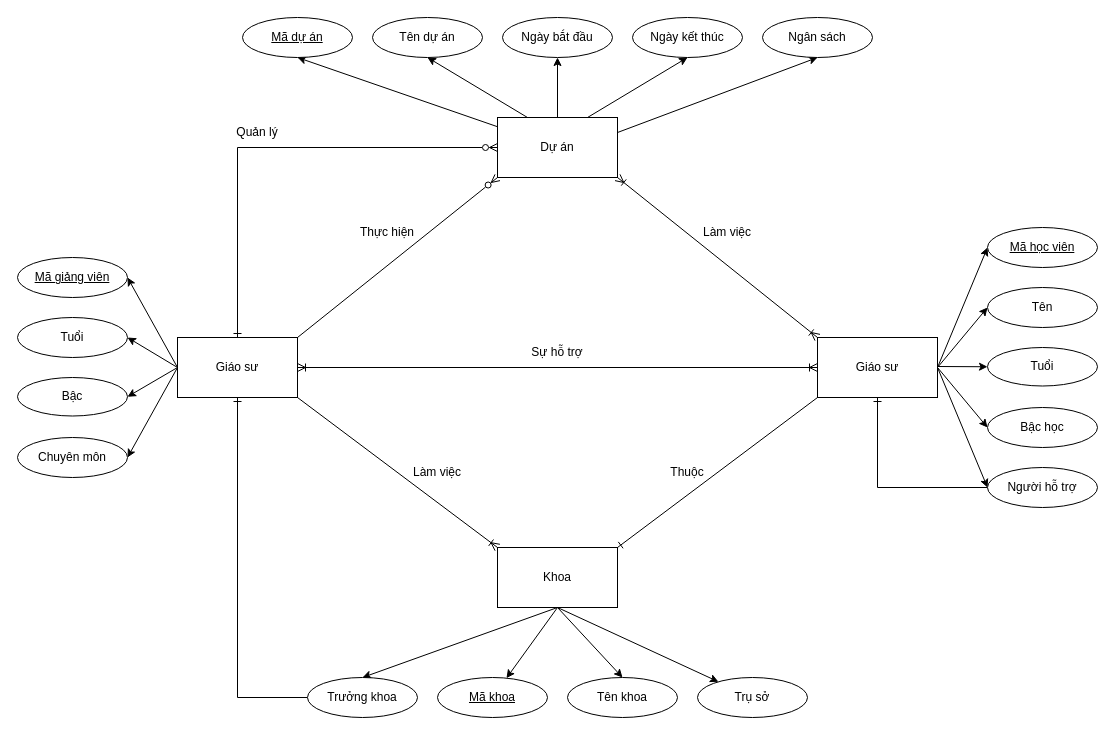
Above: page "ER" (1 of 2) of bai2.drawio in kinatraa/DrawIO (draw.io), before the change. Source tidied: cells renumbered, new cells numbered last; positions are measured from the earlier drawing's top-left corner, leaving out a move shared by most shapes. Both pictures are drawn from the tidied source at 100%, with x=0, y=0 at pixel (17, 17).
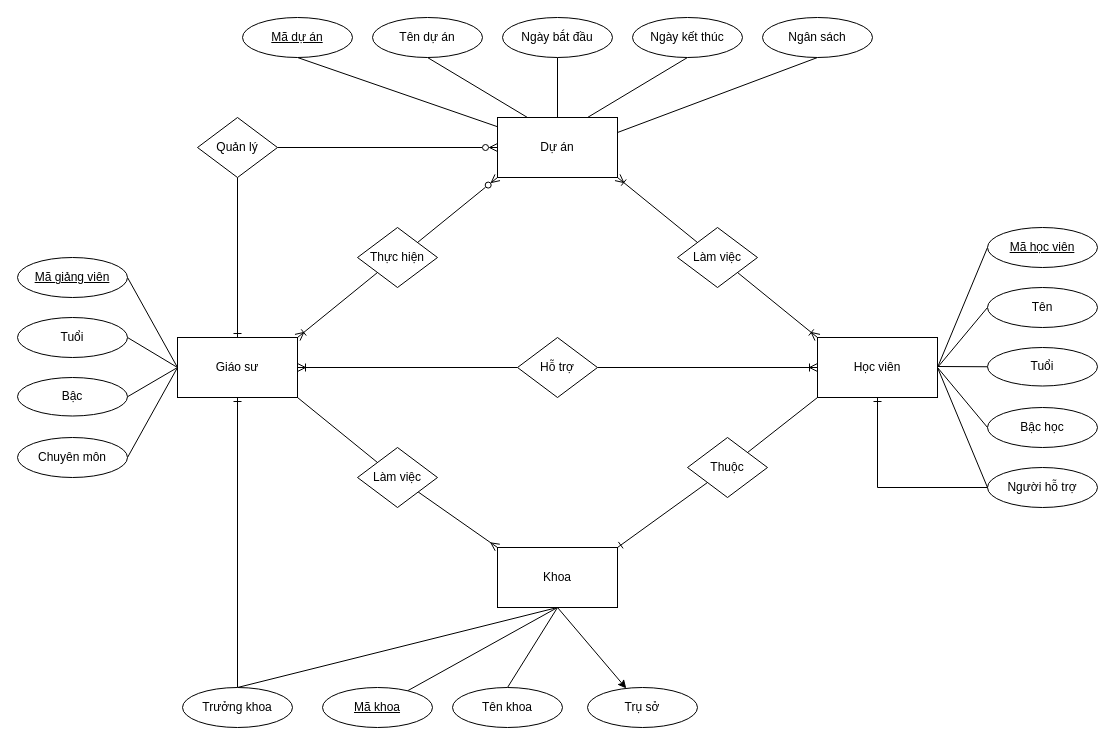
After the change.

Unchanged cells that the change refers to:
```xml
<mxCell id="10" value="Giáo sư" style="rounded=0;whiteSpace=wrap;html=1;" parent="1" vertex="1">
  <mxGeometry x="160" y="320" width="120" height="60" as="geometry" />
</mxCell>
<mxCell id="11" value="&lt;u&gt;Mã giảng viên&lt;/u&gt;" style="ellipse;whiteSpace=wrap;html=1;" parent="1" vertex="1">
  <mxGeometry y="240" width="110" height="40" as="geometry" />
</mxCell>
<mxCell id="12" value="Tuổi" style="ellipse;whiteSpace=wrap;html=1;" parent="1" vertex="1">
  <mxGeometry y="300" width="110" height="40" as="geometry" />
</mxCell>
<mxCell id="13" value="Bậc" style="ellipse;whiteSpace=wrap;html=1;" parent="1" vertex="1">
  <mxGeometry y="360" width="110" height="38.5" as="geometry" />
</mxCell>
<mxCell id="14" value="Chuyên môn" style="ellipse;whiteSpace=wrap;html=1;" parent="1" vertex="1">
  <mxGeometry y="420" width="110" height="40" as="geometry" />
</mxCell>
<mxCell id="22" value="&lt;u&gt;Mã học viên&lt;/u&gt;" style="ellipse;whiteSpace=wrap;html=1;" parent="1" vertex="1">
  <mxGeometry x="970" y="210" width="110" height="40" as="geometry" />
</mxCell>
<mxCell id="23" value="Tên" style="ellipse;whiteSpace=wrap;html=1;" parent="1" vertex="1">
  <mxGeometry x="970" y="270" width="110" height="40" as="geometry" />
</mxCell>
<mxCell id="24" value="Tuổi" style="ellipse;whiteSpace=wrap;html=1;" parent="1" vertex="1">
  <mxGeometry x="970" y="330" width="110" height="38.5" as="geometry" />
</mxCell>
<mxCell id="25" value="Bậc học" style="ellipse;whiteSpace=wrap;html=1;" parent="1" vertex="1">
  <mxGeometry x="970" y="390" width="110" height="40" as="geometry" />
</mxCell>
<mxCell id="27" value="Người hỗ trợ" style="ellipse;whiteSpace=wrap;html=1;" parent="1" vertex="1">
  <mxGeometry x="970" y="450" width="110" height="40" as="geometry" />
</mxCell>
<mxCell id="34" value="Khoa" style="rounded=0;whiteSpace=wrap;html=1;" parent="1" vertex="1">
  <mxGeometry x="480" y="530" width="120" height="60" as="geometry" />
</mxCell>
<mxCell id="47" value="Dự án" style="rounded=0;whiteSpace=wrap;html=1;" parent="1" vertex="1">
  <mxGeometry x="480" y="100" width="120" height="60" as="geometry" />
</mxCell>
<mxCell id="48" value="&lt;u&gt;Mã dự án&lt;/u&gt;" style="ellipse;whiteSpace=wrap;html=1;" parent="1" vertex="1">
  <mxGeometry x="225" width="110" height="40" as="geometry" />
</mxCell>
<mxCell id="49" value="Tên dự án" style="ellipse;whiteSpace=wrap;html=1;" parent="1" vertex="1">
  <mxGeometry x="355" width="110" height="40" as="geometry" />
</mxCell>
<mxCell id="50" value="Ngày bắt đầu" style="ellipse;whiteSpace=wrap;html=1;" parent="1" vertex="1">
  <mxGeometry x="485" width="110" height="40" as="geometry" />
</mxCell>
<mxCell id="51" value="Ngày kết thúc" style="ellipse;whiteSpace=wrap;html=1;" parent="1" vertex="1">
  <mxGeometry x="615" width="110" height="40" as="geometry" />
</mxCell>
<mxCell id="52" value="Ngân sách" style="ellipse;whiteSpace=wrap;html=1;" parent="1" vertex="1">
  <mxGeometry x="745" width="110" height="40" as="geometry" />
</mxCell>
```

The edit, as a diff of the source:
```diff
@@
-    <mxCell id="2" style="rounded=0;jettySize=auto;html=1;entryX=1;entryY=0.5;entryDx=0;entryDy=0;exitX=0;exitY=0.5;exitDx=0;exitDy=0;" parent="1" edge="1" source="10" target="14">
+    <mxCell id="2" style="rounded=0;jettySize=auto;html=1;entryX=1;entryY=0.5;entryDx=0;entryDy=0;exitX=0;exitY=0.5;exitDx=0;exitDy=0;endArrow=none;endFill=0;" parent="1" edge="1" source="10" target="14">
       <mxGeometry relative="1" as="geometry" />
     </mxCell>
-    <mxCell id="3" style="rounded=0;jettySize=auto;html=1;entryX=1;entryY=0.5;entryDx=0;entryDy=0;exitX=0;exitY=0.5;exitDx=0;exitDy=0;" parent="1" edge="1" source="10" target="13">
+    <mxCell id="3" style="rounded=0;jettySize=auto;html=1;entryX=1;entryY=0.5;entryDx=0;entryDy=0;exitX=0;exitY=0.5;exitDx=0;exitDy=0;endArrow=none;endFill=0;" parent="1" edge="1" source="10" target="13">
       <mxGeometry relative="1" as="geometry" />
     </mxCell>
-    <mxCell id="4" style="rounded=0;jettySize=auto;html=1;entryX=1;entryY=0.5;entryDx=0;entryDy=0;strokeColor=default;exitX=0;exitY=0.5;exitDx=0;exitDy=0;" parent="1" edge="1" source="10" target="12">
+    <mxCell id="4" style="rounded=0;jettySize=auto;html=1;entryX=1;entryY=0.5;entryDx=0;entryDy=0;strokeColor=default;exitX=0;exitY=0.5;exitDx=0;exitDy=0;endArrow=none;endFill=0;" parent="1" edge="1" source="10" target="12">
       <mxGeometry relative="1" as="geometry" />
     </mxCell>
-    <mxCell id="5" style="rounded=0;jettySize=auto;html=1;entryX=1;entryY=0.5;entryDx=0;entryDy=0;exitX=0;exitY=0.5;exitDx=0;exitDy=0;" parent="1" edge="1" source="10" target="11">
+    <mxCell id="5" style="rounded=0;jettySize=auto;html=1;entryX=1;entryY=0.5;entryDx=0;entryDy=0;exitX=0;exitY=0.5;exitDx=0;exitDy=0;endArrow=none;endFill=0;" parent="1" edge="1" source="10" target="11">
       <mxGeometry relative="1" as="geometry" />
     </mxCell>
-    <mxCell id="6" style="edgeStyle=orthogonalEdgeStyle;rounded=0;jettySize=auto;html=1;entryX=0;entryY=0.5;entryDx=0;entryDy=0;endArrow=ERoneToMany;endFill=0;startArrow=ERoneToMany;startFill=0;" parent="1" edge="1" source="10" target="21">
+    <mxCell id="6" style="edgeStyle=orthogonalEdgeStyle;rounded=0;jettySize=auto;html=1;entryX=0;entryY=0.5;entryDx=0;entryDy=0;endArrow=ERoneToMany;endFill=0;startArrow=none;startFill=0;" parent="1" edge="1" source="61" target="21">
       <mxGeometry relative="1" as="geometry" />
     </mxCell>
-    <mxCell id="7" style="rounded=0;jettySize=auto;html=1;entryX=0;entryY=0;entryDx=0;entryDy=0;exitX=1;exitY=1;exitDx=0;exitDy=0;endArrow=ERoneToMany;endFill=0;" parent="1" edge="1" source="10" target="34">
-      <mxGeometry relative="1" as="geometry" />
-    </mxCell>
-    <mxCell id="8" style="edgeStyle=orthogonalEdgeStyle;rounded=0;jettySize=auto;html=1;entryX=0;entryY=0.5;entryDx=0;entryDy=0;endArrow=ERzeroToMany;endFill=0;startArrow=ERone;startFill=0;" parent="1" edge="1" source="10" target="47">
+    <mxCell id="8" style="edgeStyle=orthogonalEdgeStyle;rounded=0;jettySize=auto;html=1;entryX=0;entryY=0.5;entryDx=0;entryDy=0;endArrow=ERzeroToMany;endFill=0;startArrow=none;startFill=0;" parent="1" edge="1" source="53" target="47">
       <mxGeometry relative="1" as="geometry">
         <Array as="points">
           <mxPoint x="220" y="130" />
         </Array>
       </mxGeometry>
     </mxCell>
-    <mxCell id="9" style="rounded=0;jettySize=auto;html=1;entryX=0;entryY=1;entryDx=0;entryDy=0;exitX=1;exitY=0;exitDx=0;exitDy=0;endArrow=ERzeroToMany;endFill=0;" parent="1" edge="1" source="10" target="47">
-      <mxGeometry relative="1" as="geometry" />
-    </mxCell>
+    <mxCell id="56" style="rounded=0;jettySize=auto;html=1;entryX=0;entryY=0;entryDx=0;entryDy=0;exitX=1;exitY=1;exitDx=0;exitDy=0;endArrow=none;endFill=0;" parent="1" edge="1" source="10" target="59">
+      <mxGeometry relative="1" as="geometry" />
+    </mxCell>
+    <mxCell id="57" style="rounded=0;jettySize=auto;html=1;exitX=1;exitY=0;exitDx=0;exitDy=0;entryX=0;entryY=1;entryDx=0;entryDy=0;endArrow=none;endFill=0;startArrow=ERoneToMany;startFill=0;" parent="1" edge="1" source="10" target="54">
+      <mxGeometry relative="1" as="geometry" />
+    </mxCell>
@@
-    <mxCell id="15" style="rounded=0;jettySize=auto;html=1;entryX=0;entryY=0.5;entryDx=0;entryDy=0;exitX=1;exitY=0.5;exitDx=0;exitDy=0;" parent="1" edge="1" source="21" target="25">
+    <mxCell id="15" style="rounded=0;jettySize=auto;html=1;entryX=0;entryY=0.5;entryDx=0;entryDy=0;exitX=1;exitY=0.5;exitDx=0;exitDy=0;endArrow=none;endFill=0;" parent="1" edge="1" source="21" target="25">
       <mxGeometry relative="1" as="geometry" />
     </mxCell>
-    <mxCell id="16" style="rounded=0;jettySize=auto;html=1;entryX=0;entryY=0.5;entryDx=0;entryDy=0;" parent="1" edge="1" target="24">
+    <mxCell id="16" style="rounded=0;jettySize=auto;html=1;entryX=0;entryY=0.5;entryDx=0;entryDy=0;endArrow=none;endFill=0;" parent="1" edge="1" target="24">
       <mxGeometry relative="1" as="geometry">
         <mxPoint x="920" y="349" as="sourcePoint" />
       </mxGeometry>
     </mxCell>
-    <mxCell id="17" style="rounded=0;jettySize=auto;html=1;entryX=0;entryY=0.5;entryDx=0;entryDy=0;strokeColor=default;" parent="1" edge="1" target="23">
+    <mxCell id="17" style="rounded=0;jettySize=auto;html=1;entryX=0;entryY=0.5;entryDx=0;entryDy=0;strokeColor=default;endArrow=none;endFill=0;" parent="1" edge="1" target="23">
       <mxGeometry relative="1" as="geometry">
         <mxPoint x="920" y="350" as="sourcePoint" />
       </mxGeometry>
     </mxCell>
-    <mxCell id="18" style="rounded=0;jettySize=auto;html=1;entryX=0;entryY=0.5;entryDx=0;entryDy=0;" parent="1" edge="1" target="22">
+    <mxCell id="18" style="rounded=0;jettySize=auto;html=1;entryX=0;entryY=0.5;entryDx=0;entryDy=0;endArrow=none;endFill=0;" parent="1" edge="1" target="22">
       <mxGeometry relative="1" as="geometry">
         <mxPoint x="920" y="350" as="sourcePoint" />
       </mxGeometry>
     </mxCell>
-    <mxCell id="19" style="rounded=0;jettySize=auto;html=1;exitX=0;exitY=1;exitDx=0;exitDy=0;entryX=1;entryY=0;entryDx=0;entryDy=0;endArrow=ERone;endFill=0;" parent="1" edge="1" source="21" target="34">
+    <mxCell id="19" style="rounded=0;jettySize=auto;html=1;exitX=0;exitY=1;exitDx=0;exitDy=0;entryX=1;entryY=0;entryDx=0;entryDy=0;endArrow=ERone;endFill=0;" parent="1" edge="1" source="41" target="34">
       <mxGeometry relative="1" as="geometry" />
     </mxCell>
-    <mxCell id="20" style="rounded=0;jettySize=auto;html=1;entryX=1;entryY=1;entryDx=0;entryDy=0;exitX=0;exitY=0;exitDx=0;exitDy=0;endArrow=ERoneToMany;endFill=0;startArrow=ERoneToMany;startFill=0;" parent="1" edge="1" source="21" target="47">
+    <mxCell id="20" style="rounded=0;jettySize=auto;html=1;entryX=1;entryY=1;entryDx=0;entryDy=0;exitX=0;exitY=0;exitDx=0;exitDy=0;endArrow=ERoneToMany;endFill=0;startArrow=none;startFill=0;" parent="1" edge="1" source="66" target="47">
       <mxGeometry relative="1" as="geometry" />
     </mxCell>
-    <mxCell id="21" value="Giáo sư" style="rounded=0;whiteSpace=wrap;html=1;" parent="1" vertex="1">
+    <mxCell id="21" value="Học viên" style="rounded=0;whiteSpace=wrap;html=1;" parent="1" vertex="1">
       <mxGeometry x="800" y="320" width="120" height="60" as="geometry" />
     </mxCell>
@@
-    <mxCell id="28" style="rounded=0;jettySize=auto;html=1;exitX=1;exitY=0.5;exitDx=0;exitDy=0;entryX=0;entryY=0.5;entryDx=0;entryDy=0;" parent="1" edge="1" source="21" target="27">
+    <mxCell id="28" style="rounded=0;jettySize=auto;html=1;exitX=1;exitY=0.5;exitDx=0;exitDy=0;entryX=0;entryY=0.5;entryDx=0;entryDy=0;endArrow=none;endFill=0;" parent="1" edge="1" source="21" target="27">
       <mxGeometry relative="1" as="geometry" />
     </mxCell>
-    <mxCell id="29" value="Sự hỗ trợ" style="text;html=1;align=center;verticalAlign=middle;whiteSpace=wrap;rounded=0;" parent="1" vertex="1">
-      <mxGeometry x="510" y="320" width="60" height="30" as="geometry" />
-    </mxCell>
-    <mxCell id="30" style="rounded=0;jettySize=auto;html=1;exitX=0.5;exitY=1;exitDx=0;exitDy=0;entryX=0.5;entryY=0;entryDx=0;entryDy=0;" parent="1" edge="1" source="34" target="37">
-      <mxGeometry relative="1" as="geometry" />
-    </mxCell>
-    <mxCell id="31" style="rounded=0;jettySize=auto;html=1;exitX=0.5;exitY=1;exitDx=0;exitDy=0;" parent="1" edge="1" source="34" target="35">
+    <mxCell id="31" style="rounded=0;jettySize=auto;html=1;exitX=0.5;exitY=1;exitDx=0;exitDy=0;endArrow=none;endFill=0;" parent="1" edge="1" source="34" target="35">
       <mxGeometry relative="1" as="geometry" />
     </mxCell>
-    <mxCell id="32" style="rounded=0;jettySize=auto;html=1;entryX=0.5;entryY=0;entryDx=0;entryDy=0;exitX=0.5;exitY=1;exitDx=0;exitDy=0;" parent="1" edge="1" source="34" target="38">
+    <mxCell id="32" style="rounded=0;jettySize=auto;html=1;entryX=0.5;entryY=0;entryDx=0;entryDy=0;exitX=0.5;exitY=1;exitDx=0;exitDy=0;endArrow=none;endFill=0;" parent="1" edge="1" source="34" target="38">
       <mxGeometry relative="1" as="geometry" />
     </mxCell>
@@
+    <mxCell id="30" style="rounded=0;jettySize=auto;html=1;exitX=0.5;exitY=1;exitDx=0;exitDy=0;entryX=0.5;entryY=0;entryDx=0;entryDy=0;endArrow=none;endFill=0;" parent="1" edge="1" source="34" target="37">
+      <mxGeometry relative="1" as="geometry" />
+    </mxCell>
@@
     <mxCell id="35" value="&lt;u&gt;Mã khoa&lt;/u&gt;" style="ellipse;whiteSpace=wrap;html=1;" parent="1" vertex="1">
-      <mxGeometry x="420" y="660" width="110" height="40" as="geometry" />
+      <mxGeometry x="305" y="670" width="110" height="40" as="geometry" />
     </mxCell>
-    <mxCell id="36" style="edgeStyle=orthogonalEdgeStyle;rounded=0;jettySize=auto;html=1;entryX=0.5;entryY=1;entryDx=0;entryDy=0;endArrow=ERone;endFill=0;" parent="1" edge="1" source="37" target="10">
-      <mxGeometry relative="1" as="geometry" />
-    </mxCell>
-    <mxCell id="37" value="Trưởng khoa" style="ellipse;whiteSpace=wrap;html=1;" parent="1" vertex="1">
-      <mxGeometry x="290" y="660" width="110" height="40" as="geometry" />
-    </mxCell>
     <mxCell id="38" value="Tên khoa" style="ellipse;whiteSpace=wrap;html=1;" parent="1" vertex="1">
-      <mxGeometry x="550" y="660" width="110" height="40" as="geometry" />
+      <mxGeometry x="435" y="670" width="110" height="40" as="geometry" />
     </mxCell>
     <mxCell id="39" value="Trụ sở" style="ellipse;whiteSpace=wrap;html=1;" parent="1" vertex="1">
-      <mxGeometry x="680" y="660" width="110" height="40" as="geometry" />
+      <mxGeometry x="570" y="670" width="110" height="40" as="geometry" />
     </mxCell>
-    <mxCell id="40" value="Làm việc" style="text;html=1;align=center;verticalAlign=middle;whiteSpace=wrap;rounded=0;" parent="1" vertex="1">
-      <mxGeometry x="390" y="440" width="60" height="30" as="geometry" />
-    </mxCell>
-    <mxCell id="41" value="Thuộc" style="text;html=1;align=center;verticalAlign=middle;whiteSpace=wrap;rounded=0;" parent="1" vertex="1">
-      <mxGeometry x="640" y="440" width="60" height="30" as="geometry" />
-    </mxCell>
-    <mxCell id="42" style="rounded=0;jettySize=auto;html=1;entryX=0.5;entryY=1;entryDx=0;entryDy=0;" parent="1" edge="1" source="47" target="48">
+    <mxCell id="42" style="rounded=0;jettySize=auto;html=1;entryX=0.5;entryY=1;entryDx=0;entryDy=0;endArrow=none;endFill=0;" parent="1" edge="1" source="47" target="48">
       <mxGeometry relative="1" as="geometry" />
     </mxCell>
-    <mxCell id="43" style="rounded=0;jettySize=auto;html=1;entryX=0.5;entryY=1;entryDx=0;entryDy=0;exitX=0.25;exitY=0;exitDx=0;exitDy=0;" parent="1" edge="1" source="47" target="49">
+    <mxCell id="43" style="rounded=0;jettySize=auto;html=1;entryX=0.5;entryY=1;entryDx=0;entryDy=0;exitX=0.25;exitY=0;exitDx=0;exitDy=0;endArrow=none;endFill=0;" parent="1" edge="1" source="47" target="49">
       <mxGeometry relative="1" as="geometry" />
     </mxCell>
-    <mxCell id="44" style="rounded=0;jettySize=auto;html=1;entryX=0.5;entryY=1;entryDx=0;entryDy=0;" parent="1" edge="1" source="47" target="50">
+    <mxCell id="44" style="rounded=0;jettySize=auto;html=1;entryX=0.5;entryY=1;entryDx=0;entryDy=0;endArrow=none;endFill=0;" parent="1" edge="1" source="47" target="50">
       <mxGeometry relative="1" as="geometry" />
     </mxCell>
-    <mxCell id="45" style="rounded=0;jettySize=auto;html=1;entryX=0.5;entryY=1;entryDx=0;entryDy=0;exitX=0.75;exitY=0;exitDx=0;exitDy=0;" parent="1" edge="1" source="47" target="51">
+    <mxCell id="45" style="rounded=0;jettySize=auto;html=1;entryX=0.5;entryY=1;entryDx=0;entryDy=0;exitX=0.75;exitY=0;exitDx=0;exitDy=0;endArrow=none;endFill=0;" parent="1" edge="1" source="47" target="51">
       <mxGeometry relative="1" as="geometry" />
     </mxCell>
-    <mxCell id="46" style="rounded=0;jettySize=auto;html=1;entryX=0.5;entryY=1;entryDx=0;entryDy=0;exitX=1;exitY=0.25;exitDx=0;exitDy=0;" parent="1" edge="1" source="47" target="52">
+    <mxCell id="46" style="rounded=0;jettySize=auto;html=1;entryX=0.5;entryY=1;entryDx=0;entryDy=0;exitX=1;exitY=0.25;exitDx=0;exitDy=0;endArrow=none;endFill=0;" parent="1" edge="1" source="47" target="52">
       <mxGeometry relative="1" as="geometry" />
     </mxCell>
@@
+    <mxCell id="58" style="rounded=0;jettySize=auto;html=1;entryX=0;entryY=0;entryDx=0;entryDy=0;endArrow=ERmany;endFill=0;" parent="1" edge="1" source="59" target="34">
+      <mxGeometry relative="1" as="geometry" />
+    </mxCell>
+    <mxCell id="59" value="Làm việc" style="rhombus;whiteSpace=wrap;html=1;" parent="1" vertex="1">
+      <mxGeometry x="340" y="430" width="80" height="60" as="geometry" />
+    </mxCell>
+    <mxCell id="36" style="edgeStyle=orthogonalEdgeStyle;rounded=0;jettySize=auto;html=1;endArrow=ERone;endFill=0;" parent="1" edge="1" source="37" target="10">
+      <mxGeometry relative="1" as="geometry" />
+    </mxCell>
+    <mxCell id="37" value="Trưởng khoa" style="ellipse;whiteSpace=wrap;html=1;" parent="1" vertex="1">
+      <mxGeometry x="165" y="670" width="110" height="40" as="geometry" />
+    </mxCell>
+    <mxCell id="60" style="edgeStyle=orthogonalEdgeStyle;rounded=0;jettySize=auto;html=1;entryX=0;entryY=0.5;entryDx=0;entryDy=0;endArrow=none;endFill=0;startArrow=ERoneToMany;startFill=0;" parent="1" edge="1" source="10" target="61">
+      <mxGeometry relative="1" as="geometry" />
+    </mxCell>
+    <mxCell id="61" value="Hỗ trợ" style="rhombus;whiteSpace=wrap;html=1;" parent="1" vertex="1">
+      <mxGeometry x="500" y="320" width="80" height="60" as="geometry" />
+    </mxCell>
+    <mxCell id="62" style="rounded=0;jettySize=auto;html=1;exitX=0;exitY=1;exitDx=0;exitDy=0;entryX=1;entryY=0;entryDx=0;entryDy=0;endArrow=none;endFill=0;" parent="1" edge="1" source="21" target="41">
+      <mxGeometry relative="1" as="geometry" />
+    </mxCell>
+    <mxCell id="41" value="Thuộc" style="rhombus;whiteSpace=wrap;html=1;" parent="1" vertex="1">
+      <mxGeometry x="670" y="420" width="80" height="60" as="geometry" />
+    </mxCell>
+    <mxCell id="63" style="rounded=0;jettySize=auto;html=1;exitX=1;exitY=0;exitDx=0;exitDy=0;entryX=0;entryY=1;entryDx=0;entryDy=0;endArrow=ERzeroToMany;endFill=0;" parent="1" edge="1" source="54" target="47">
+      <mxGeometry relative="1" as="geometry" />
+    </mxCell>
+    <mxCell id="54" value="Thực hiện" style="rhombus;whiteSpace=wrap;html=1;" parent="1" vertex="1">
+      <mxGeometry x="340" y="210" width="80" height="60" as="geometry" />
+    </mxCell>
+    <mxCell id="64" style="edgeStyle=orthogonalEdgeStyle;rounded=0;jettySize=auto;html=1;entryX=0.5;entryY=1;entryDx=0;entryDy=0;endArrow=none;endFill=0;startArrow=ERone;startFill=0;" parent="1" edge="1" source="10" target="53">
+      <mxGeometry relative="1" as="geometry" />
+    </mxCell>
-    <mxCell id="53" value="Quản lý" style="text;html=1;align=center;verticalAlign=middle;whiteSpace=wrap;rounded=0;" parent="1" vertex="1">
-      <mxGeometry x="210" y="100" width="60" height="30" as="geometry" />
+    <mxCell id="53" value="Quản lý" style="rhombus;whiteSpace=wrap;html=1;" parent="1" vertex="1">
+      <mxGeometry x="180" y="100" width="80" height="60" as="geometry" />
     </mxCell>
-    <mxCell id="54" value="Thực hiện" style="text;html=1;align=center;verticalAlign=middle;whiteSpace=wrap;rounded=0;" parent="1" vertex="1">
-      <mxGeometry x="340" y="200" width="60" height="30" as="geometry" />
-    </mxCell>
-    <mxCell id="55" value="Làm việc" style="text;html=1;align=center;verticalAlign=middle;whiteSpace=wrap;rounded=0;" parent="1" vertex="1">
-      <mxGeometry x="680" y="200" width="60" height="30" as="geometry" />
-    </mxCell>
+    <mxCell id="65" style="rounded=0;jettySize=auto;html=1;entryX=1;entryY=1;entryDx=0;entryDy=0;exitX=0;exitY=0;exitDx=0;exitDy=0;endArrow=none;endFill=0;startArrow=ERoneToMany;startFill=0;" parent="1" edge="1" source="21" target="66">
+      <mxGeometry relative="1" as="geometry" />
+    </mxCell>
+    <mxCell id="66" value="Làm việc" style="rhombus;whiteSpace=wrap;html=1;" parent="1" vertex="1">
+      <mxGeometry x="660" y="210" width="80" height="60" as="geometry" />
+    </mxCell>
```
